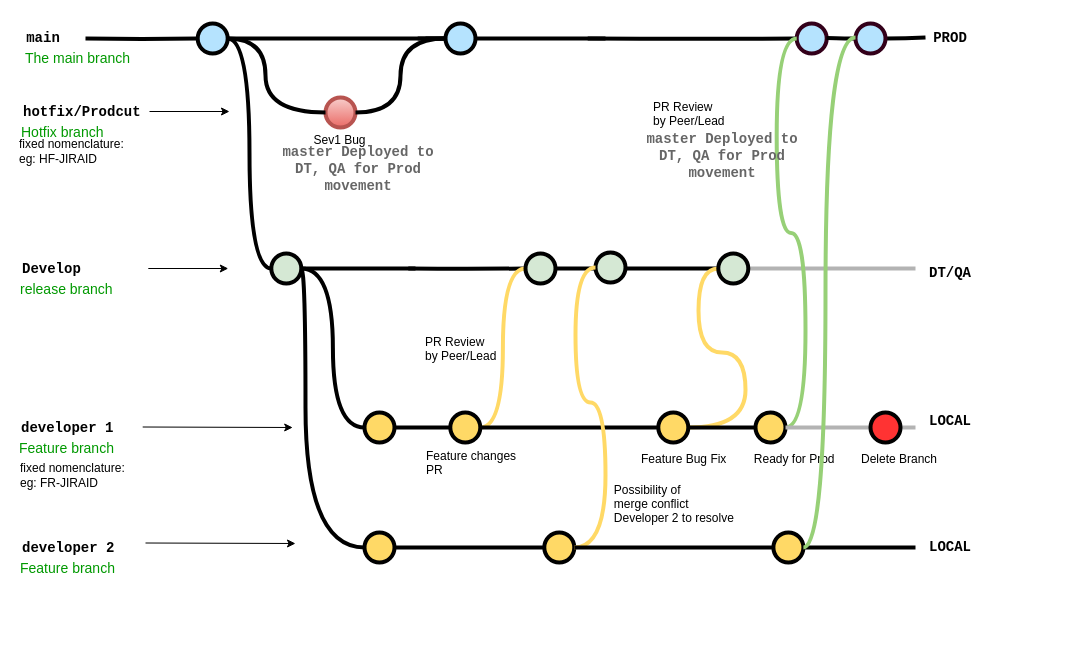
This is Untitled Diagram.drawio from shriraj-bhagwan/utility, a draw.io file, before an edit. Source tidied: cells renumbered, new cells numbered last; positions are measured from the earlier drawing's top-left corner, leaving out a move shared by most shapes. Both pictures are drawn from the tidied source at 100%, with x=0, y=0 at pixel (17, 17).
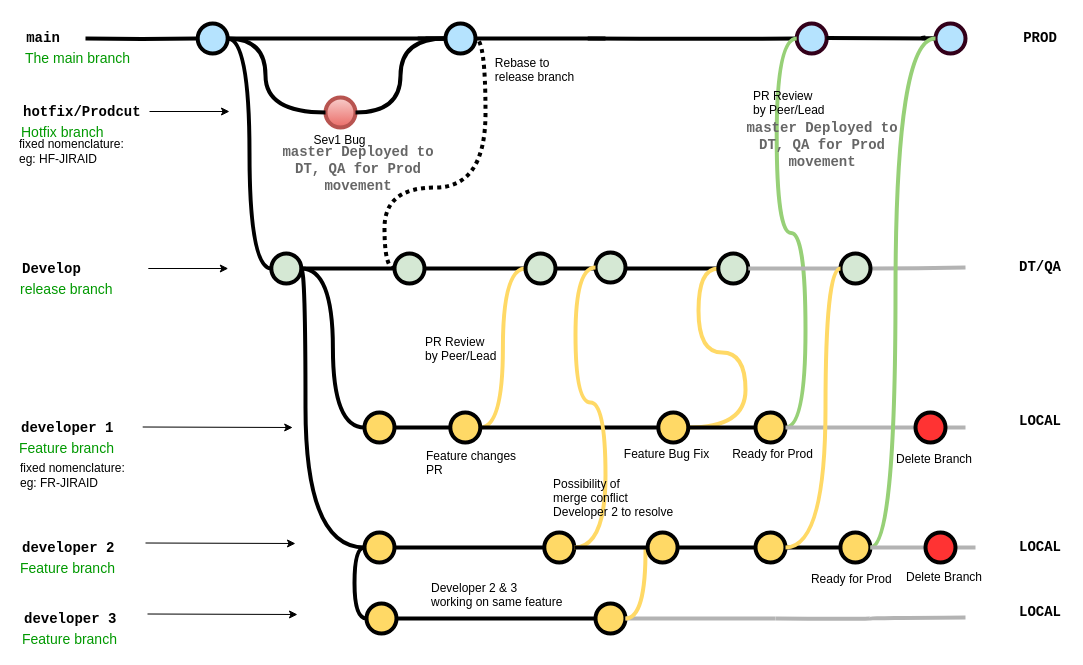
The same diagram, later.

The change refers to these unchanged cells:
```xml
<mxCell id="28" style="verticalLabelPosition=bottom;verticalAlign=top;html=1;strokeWidth=4;shape=mxgraph.flowchart.on-page_reference;plain-purple;gradientColor=none;strokeColor=#000000;fillColor=#D5E8D4;" parent="1" vertex="1">
  <mxGeometry x="508" y="236" width="30" height="30" as="geometry" />
</mxCell>
<mxCell id="30" style="verticalLabelPosition=bottom;verticalAlign=top;html=1;strokeWidth=4;shape=mxgraph.flowchart.on-page_reference;plain-purple;gradientColor=none;strokeColor=#000000;fillColor=#D5E8D4;" parent="1" vertex="1">
  <mxGeometry x="700.8" y="236" width="30" height="30" as="geometry" />
</mxCell>
<mxCell id="47" style="verticalLabelPosition=bottom;verticalAlign=top;html=1;strokeWidth=4;shape=mxgraph.flowchart.on-page_reference;plain-purple;gradientColor=none;strokeColor=#000000;fillColor=#FFD966;" parent="1" vertex="1">
  <mxGeometry x="347" y="515" width="30" height="30" as="geometry" />
</mxCell>
<mxCell id="48" style="verticalLabelPosition=bottom;verticalAlign=top;html=1;strokeWidth=4;shape=mxgraph.flowchart.on-page_reference;plain-purple;gradientColor=none;strokeColor=#000000;fillColor=#FFD966;" parent="1" vertex="1">
  <mxGeometry x="526.8" y="515" width="30" height="30" as="geometry" />
</mxCell>
<mxCell id="57" style="verticalLabelPosition=bottom;verticalAlign=top;html=1;strokeWidth=4;shape=mxgraph.flowchart.on-page_reference;plain-blue;gradientColor=none;strokeColor=#000000;fillColor=#B5E3FE;" parent="1" vertex="1">
  <mxGeometry x="428" y="6" width="30" height="30" as="geometry" />
</mxCell>
```

What changed in the source:
```diff
@@
     <mxCell id="2" style="edgeStyle=orthogonalEdgeStyle;curved=1;jettySize=auto;html=1;exitX=1;exitY=0.5;exitDx=0;exitDy=0;exitPerimeter=0;endArrow=none;endFill=0;strokeColor=#B3B3B3;strokeWidth=4;startArrow=none;" parent="1" edge="1" source="70">
       <mxGeometry relative="1" as="geometry">
-        <mxPoint x="898" y="410" as="targetPoint" />
+        <mxPoint x="948" y="410" as="targetPoint" />
       </mxGeometry>
     </mxCell>
-    <mxCell id="3" style="edgeStyle=orthogonalEdgeStyle;curved=1;jettySize=auto;html=1;exitX=1;exitY=0.5;exitDx=0;exitDy=0;exitPerimeter=0;endArrow=none;endFill=0;strokeColor=#B3B3B3;strokeWidth=4;" parent="1" edge="1" source="30">
+    <mxCell id="3" style="edgeStyle=orthogonalEdgeStyle;curved=1;jettySize=auto;html=1;exitX=1;exitY=0.5;exitDx=0;exitDy=0;exitPerimeter=0;endArrow=none;endFill=0;strokeColor=#B3B3B3;strokeWidth=4;" parent="1" edge="1" source="96">
       <mxGeometry relative="1" as="geometry">
-        <mxPoint x="898" y="251" as="targetPoint" />
+        <mxPoint x="948" y="250" as="targetPoint" />
       </mxGeometry>
     </mxCell>
@@
-    <mxCell id="14" style="edgeStyle=orthogonalEdgeStyle;curved=1;rounded=0;html=1;exitX=1;exitY=0.5;exitPerimeter=0;entryX=0;entryY=0.5;entryPerimeter=0;endArrow=none;endFill=0;jettySize=auto;strokeWidth=4;fontSize=15;entryDx=0;entryDy=0;" parent="1" edge="1" target="28">
-      <mxGeometry relative="1" as="geometry">
-        <mxPoint x="390.8" y="251" as="sourcePoint" />
-      </mxGeometry>
+    <mxCell id="14" style="edgeStyle=orthogonalEdgeStyle;curved=1;rounded=0;html=1;exitX=1;exitY=0.5;exitPerimeter=0;entryX=0;entryY=0.5;entryPerimeter=0;endArrow=none;endFill=0;jettySize=auto;strokeWidth=4;fontSize=15;entryDx=0;entryDy=0;" parent="1" edge="1" source="104" target="28">
+      <mxGeometry relative="1" as="geometry" />
     </mxCell>
@@
     <mxCell id="41" value="PROD" style="text;html=1;strokeColor=none;fillColor=none;align=center;verticalAlign=middle;whiteSpace=wrap;overflow=hidden;fontSize=14;fontStyle=1;fontFamily=Courier New;" parent="1" vertex="1">
-      <mxGeometry x="908" width="50" height="42" as="geometry" />
+      <mxGeometry x="998" width="50" height="42" as="geometry" />
     </mxCell>
     <mxCell id="42" value="DT/QA" style="text;html=1;strokeColor=none;fillColor=none;align=center;verticalAlign=middle;whiteSpace=wrap;overflow=hidden;fontSize=14;fontStyle=1;fontFamily=Courier New;" parent="1" vertex="1">
-      <mxGeometry x="908" y="235" width="50" height="42" as="geometry" />
+      <mxGeometry x="998" y="229" width="50" height="42" as="geometry" />
     </mxCell>
     <mxCell id="43" value="LOCAL" style="text;html=1;strokeColor=none;fillColor=none;align=center;verticalAlign=middle;whiteSpace=wrap;overflow=hidden;fontSize=14;fontStyle=1;fontFamily=Courier New;" parent="1" vertex="1">
-      <mxGeometry x="908" y="383" width="50" height="42" as="geometry" />
+      <mxGeometry x="998" y="383" width="50" height="42" as="geometry" />
     </mxCell>
@@
     <mxCell id="52" value="LOCAL" style="text;html=1;strokeColor=none;fillColor=none;align=center;verticalAlign=middle;whiteSpace=wrap;overflow=hidden;fontSize=14;fontStyle=1;fontFamily=Courier New;" parent="1" vertex="1">
-      <mxGeometry x="908" y="509" width="50" height="42" as="geometry" />
+      <mxGeometry x="998" y="509" width="50" height="42" as="geometry" />
     </mxCell>
-    <mxCell id="53" style="edgeStyle=orthogonalEdgeStyle;curved=1;jettySize=auto;html=1;exitX=1;exitY=0.5;exitDx=0;exitDy=0;exitPerimeter=0;endArrow=none;endFill=0;strokeColor=#000000;strokeWidth=4;" parent="1" edge="1" source="75">
+    <mxCell id="53" style="edgeStyle=orthogonalEdgeStyle;curved=1;jettySize=auto;html=1;exitX=1;exitY=0.5;exitDx=0;exitDy=0;exitPerimeter=0;endArrow=none;endFill=0;strokeColor=#B3B3B3;strokeWidth=4;startArrow=none;" parent="1" edge="1" source="100">
       <mxGeometry relative="1" as="geometry">
-        <mxPoint x="898" y="530" as="targetPoint" />
+        <mxPoint x="958" y="530" as="targetPoint" />
       </mxGeometry>
     </mxCell>
@@
     <mxCell id="61" value="Feature Bug Fix" style="text;strokeColor=none;fillColor=none;align=left;verticalAlign=middle;spacingLeft=4;spacingRight=4;overflow=hidden;" parent="1" vertex="1">
-      <mxGeometry x="618" y="425" width="100" height="31" as="geometry" />
+      <mxGeometry x="600.8" y="420" width="100" height="31" as="geometry" />
     </mxCell>
@@
     <mxCell id="63" value="Possibility of &#10;merge conflict&#10;Developer 2 to resolve" style="text;strokeColor=none;fillColor=none;align=left;verticalAlign=middle;spacingLeft=4;spacingRight=4;overflow=hidden;" parent="1" vertex="1">
-      <mxGeometry x="590.8" y="462" width="130" height="47" as="geometry" />
+      <mxGeometry x="530.1" y="456" width="130" height="47" as="geometry" />
     </mxCell>
@@
     <mxCell id="67" value="Ready for Prod" style="text;strokeColor=none;fillColor=none;align=left;verticalAlign=middle;spacingLeft=4;spacingRight=4;overflow=hidden;" parent="1" vertex="1">
-      <mxGeometry x="730.8" y="425" width="100" height="31" as="geometry" />
+      <mxGeometry x="709.2" y="420" width="100" height="31" as="geometry" />
     </mxCell>
-    <mxCell id="68" value="PR Review&#10;by Peer/Lead" style="text;strokeColor=none;fillColor=none;align=left;verticalAlign=middle;spacingLeft=4;spacingRight=4;overflow=hidden;" parent="1" vertex="1">
-      <mxGeometry x="630.1" y="80" width="85" height="31" as="geometry" />
-    </mxCell>
@@
     <mxCell id="70" style="verticalLabelPosition=bottom;verticalAlign=top;html=1;strokeWidth=4;shape=mxgraph.flowchart.on-page_reference;plain-purple;gradientColor=none;strokeColor=#000000;fillColor=#FF3333;" parent="1" vertex="1">
-      <mxGeometry x="853" y="395" width="30" height="30" as="geometry" />
+      <mxGeometry x="898" y="395" width="30" height="30" as="geometry" />
     </mxCell>
     <mxCell id="71" value="Delete Branch" style="text;strokeColor=none;fillColor=none;align=left;verticalAlign=middle;spacingLeft=4;spacingRight=4;overflow=hidden;" parent="1" vertex="1">
-      <mxGeometry x="838" y="425" width="100" height="31" as="geometry" />
+      <mxGeometry x="873" y="425" width="100" height="31" as="geometry" />
     </mxCell>
-    <mxCell id="72" value="master Deployed to DT, QA for Prod movement" style="text;html=1;strokeColor=none;fillColor=none;align=center;verticalAlign=middle;whiteSpace=wrap;overflow=hidden;fontSize=14;fontStyle=1;fontFamily=Courier New;fontColor=#666666;" parent="1" vertex="1">
-      <mxGeometry x="618" y="111" width="174.2" height="56" as="geometry" />
-    </mxCell>
@@
-    <mxCell id="74" style="edgeStyle=orthogonalEdgeStyle;curved=1;jettySize=auto;html=1;exitX=1;exitY=0.5;exitDx=0;exitDy=0;exitPerimeter=0;endArrow=none;endFill=0;strokeColor=#000000;strokeWidth=4;" parent="1" edge="1" source="48" target="75">
+    <mxCell id="74" style="edgeStyle=orthogonalEdgeStyle;curved=1;jettySize=auto;html=1;exitX=1;exitY=0.5;exitDx=0;exitDy=0;exitPerimeter=0;endArrow=none;endFill=0;strokeColor=#000000;strokeWidth=4;" parent="1" edge="1" source="94" target="75">
       <mxGeometry relative="1" as="geometry" />
     </mxCell>
     <mxCell id="75" style="verticalLabelPosition=bottom;verticalAlign=top;html=1;strokeWidth=4;shape=mxgraph.flowchart.on-page_reference;plain-purple;gradientColor=none;strokeColor=#000000;fillColor=#FFD966;" parent="1" vertex="1">
-      <mxGeometry x="755.9" y="515" width="30" height="30" as="geometry" />
+      <mxGeometry x="822.9" y="515" width="30" height="30" as="geometry" />
     </mxCell>
@@
     <mxCell id="77" style="verticalLabelPosition=bottom;verticalAlign=top;html=1;strokeWidth=4;shape=mxgraph.flowchart.on-page_reference;plain-blue;gradientColor=none;strokeColor=#33001A;fillColor=#B5E3FE;" parent="1" vertex="1">
-      <mxGeometry x="838" y="6" width="30" height="30" as="geometry" />
+      <mxGeometry x="918" y="6" width="30" height="30" as="geometry" />
     </mxCell>
-    <mxCell id="78" style="edgeStyle=orthogonalEdgeStyle;rounded=1;jettySize=auto;html=1;curved=1;endArrow=none;strokeColor=#97D077;endFill=0;strokeWidth=4;exitX=1;exitY=0.5;exitDx=0;exitDy=0;exitPerimeter=0;" parent="1" edge="1" source="75">
+    <mxCell id="78" style="edgeStyle=orthogonalEdgeStyle;rounded=1;jettySize=auto;html=1;curved=1;endArrow=none;strokeColor=#97D077;endFill=0;strokeWidth=4;exitX=1;exitY=0.5;exitDx=0;exitDy=0;exitPerimeter=0;entryX=0;entryY=0.5;entryDx=0;entryDy=0;entryPerimeter=0;" parent="1" edge="1" source="75" target="77">
       <mxGeometry relative="1" as="geometry">
-        <mxPoint x="838" y="20" as="targetPoint" />
         <Array as="points">
-          <mxPoint x="808" y="530" />
-          <mxPoint x="808" y="20" />
+          <mxPoint x="878" y="530" />
+          <mxPoint x="878" y="20" />
         </Array>
       </mxGeometry>
     </mxCell>
+    <mxCell id="68" value="PR Review&#10;by Peer/Lead" style="text;strokeColor=none;fillColor=none;align=left;verticalAlign=middle;spacingLeft=4;spacingRight=4;overflow=hidden;" parent="1" vertex="1">
+      <mxGeometry x="730.1" y="69" width="85" height="31" as="geometry" />
+    </mxCell>
+    <mxCell id="79" style="edgeStyle=orthogonalEdgeStyle;rounded=0;jettySize=auto;html=1;endArrow=none;endFill=0;strokeWidth=4;" parent="1" edge="1" source="80" target="81">
+      <mxGeometry relative="1" as="geometry" />
+    </mxCell>
+    <mxCell id="72" value="master Deployed to DT, QA for Prod movement" style="text;html=1;strokeColor=none;fillColor=none;align=center;verticalAlign=middle;whiteSpace=wrap;overflow=hidden;fontSize=14;fontStyle=1;fontFamily=Courier New;fontColor=#666666;" parent="1" vertex="1">
+      <mxGeometry x="718" y="100" width="174.2" height="56" as="geometry" />
+    </mxCell>
+    <mxCell id="80" style="verticalLabelPosition=bottom;verticalAlign=top;html=1;strokeWidth=4;shape=mxgraph.flowchart.on-page_reference;plain-purple;gradientColor=none;strokeColor=#000000;fillColor=#FFD966;" parent="1" vertex="1">
+      <mxGeometry x="349" y="586" width="30" height="30" as="geometry" />
+    </mxCell>
+    <mxCell id="81" style="verticalLabelPosition=bottom;verticalAlign=top;html=1;strokeWidth=4;shape=mxgraph.flowchart.on-page_reference;plain-purple;gradientColor=none;strokeColor=#000000;fillColor=#FFD966;" parent="1" vertex="1">
+      <mxGeometry x="578" y="586" width="30" height="30" as="geometry" />
+    </mxCell>
+    <mxCell id="82" value="developer 3" style="text;html=1;strokeColor=none;fillColor=none;align=left;verticalAlign=middle;whiteSpace=wrap;overflow=hidden;fontSize=14;fontStyle=1;fontFamily=Courier New;" parent="1" vertex="1">
+      <mxGeometry x="4.5" y="591" width="240" height="20" as="geometry" />
+    </mxCell>
+    <mxCell id="83" value="Feature branch" style="text;html=1;strokeColor=none;fillColor=none;align=left;verticalAlign=middle;whiteSpace=wrap;overflow=hidden;fontSize=14;fontStyle=0;fontColor=#009900;" parent="1" vertex="1">
+      <mxGeometry x="2.8" y="611" width="240" height="20" as="geometry" />
+    </mxCell>
+    <mxCell id="84" style="endArrow=classic;html=1;strokeWidth=1;fontFamily=Courier New;fontColor=#009900;" parent="1" edge="1">
+      <mxGeometry relative="1" as="geometry">
+        <mxPoint x="130" y="596.5" as="sourcePoint" />
+        <mxPoint x="280" y="597" as="targetPoint" />
+      </mxGeometry>
+    </mxCell>
+    <mxCell id="85" value="LOCAL" style="text;html=1;strokeColor=none;fillColor=none;align=center;verticalAlign=middle;whiteSpace=wrap;overflow=hidden;fontSize=14;fontStyle=1;fontFamily=Courier New;" parent="1" vertex="1">
+      <mxGeometry x="998" y="574" width="50" height="42" as="geometry" />
+    </mxCell>
+    <mxCell id="86" style="edgeStyle=orthogonalEdgeStyle;curved=1;orthogonalLoop=1;jettySize=auto;html=1;endArrow=none;endFill=0;strokeColor=#B3B3B3;strokeWidth=4;startArrow=none;" parent="1" edge="1">
+      <mxGeometry relative="1" as="geometry">
+        <mxPoint x="758" y="601" as="sourcePoint" />
+        <mxPoint x="948" y="600" as="targetPoint" />
+      </mxGeometry>
+    </mxCell>
+    <mxCell id="87" style="edgeStyle=orthogonalEdgeStyle;curved=1;jettySize=auto;html=1;exitX=1;exitY=0.5;exitDx=0;exitDy=0;exitPerimeter=0;endArrow=none;endFill=0;strokeColor=#B3B3B3;strokeWidth=4;startArrow=none;" parent="1" edge="1" source="81">
+      <mxGeometry relative="1" as="geometry">
+        <mxPoint x="757.9" y="601" as="targetPoint" />
+      </mxGeometry>
+    </mxCell>
+    <mxCell id="88" style="endArrow=none;html=1;rounded=0;entryX=0;entryY=0.5;entryDx=0;entryDy=0;entryPerimeter=0;exitX=0;exitY=0.5;exitDx=0;exitDy=0;exitPerimeter=0;edgeStyle=orthogonalEdgeStyle;curved=1;endFill=0;strokeWidth=4;" parent="1" edge="1" source="80" target="47">
+      <mxGeometry relative="1" as="geometry" />
+    </mxCell>
+    <mxCell id="89" style="endArrow=none;html=1;rounded=0;exitX=1;exitY=0.5;exitDx=0;exitDy=0;exitPerimeter=0;endFill=0;strokeWidth=4;edgeStyle=orthogonalEdgeStyle;curved=1;fontFamily=Courier New;strokeColor=#FFD966;fontColor=#009900;" parent="1" edge="1" source="81">
+      <mxGeometry relative="1" as="geometry">
+        <mxPoint x="628" y="530" as="targetPoint" />
+      </mxGeometry>
+    </mxCell>
+    <mxCell id="90" style="edgeStyle=orthogonalEdgeStyle;curved=1;jettySize=auto;html=1;exitX=1;exitY=0.5;exitDx=0;exitDy=0;exitPerimeter=0;endArrow=none;endFill=0;strokeColor=#000000;strokeWidth=4;" parent="1" edge="1" source="48" target="91">
+      <mxGeometry relative="1" as="geometry" />
+    </mxCell>
+    <mxCell id="91" style="verticalLabelPosition=bottom;verticalAlign=top;html=1;strokeWidth=4;shape=mxgraph.flowchart.on-page_reference;plain-purple;gradientColor=none;strokeColor=#000000;fillColor=#FFD966;" parent="1" vertex="1">
+      <mxGeometry x="630.1" y="515" width="30" height="30" as="geometry" />
+    </mxCell>
+    <mxCell id="92" value="Developer 2 &amp; 3 &#10;working on same feature" style="text;strokeColor=none;fillColor=none;align=left;verticalAlign=middle;spacingLeft=4;spacingRight=4;overflow=hidden;" parent="1" vertex="1">
+      <mxGeometry x="408" y="553" width="150" height="47" as="geometry" />
+    </mxCell>
+    <mxCell id="93" style="edgeStyle=orthogonalEdgeStyle;curved=1;jettySize=auto;html=1;exitX=1;exitY=0.5;exitDx=0;exitDy=0;exitPerimeter=0;endArrow=none;endFill=0;strokeColor=#000000;strokeWidth=4;" parent="1" edge="1" source="91" target="94">
+      <mxGeometry relative="1" as="geometry" />
+    </mxCell>
+    <mxCell id="94" style="verticalLabelPosition=bottom;verticalAlign=top;html=1;strokeWidth=4;shape=mxgraph.flowchart.on-page_reference;plain-purple;gradientColor=none;strokeColor=#000000;fillColor=#FFD966;" parent="1" vertex="1">
+      <mxGeometry x="738" y="515" width="30" height="30" as="geometry" />
+    </mxCell>
+    <mxCell id="95" style="edgeStyle=orthogonalEdgeStyle;curved=1;jettySize=auto;html=1;exitX=1;exitY=0.5;exitDx=0;exitDy=0;exitPerimeter=0;endArrow=none;endFill=0;strokeColor=#B3B3B3;strokeWidth=4;" parent="1" edge="1" source="30" target="96">
+      <mxGeometry relative="1" as="geometry" />
+    </mxCell>
+    <mxCell id="96" style="verticalLabelPosition=bottom;verticalAlign=top;html=1;strokeWidth=4;shape=mxgraph.flowchart.on-page_reference;plain-purple;gradientColor=none;strokeColor=#000000;fillColor=#D5E8D4;" parent="1" vertex="1">
+      <mxGeometry x="823" y="236" width="30" height="30" as="geometry" />
+    </mxCell>
+    <mxCell id="97" style="endArrow=none;html=1;rounded=1;exitX=1;exitY=0.5;exitDx=0;exitDy=0;exitPerimeter=0;entryX=0;entryY=0.5;entryDx=0;entryDy=0;entryPerimeter=0;edgeStyle=orthogonalEdgeStyle;curved=1;strokeColor=#FFD966;endFill=0;strokeWidth=4;" parent="1" edge="1" source="94" target="96">
+      <mxGeometry relative="1" as="geometry">
+        <Array as="points">
+          <mxPoint x="808" y="530" />
+          <mxPoint x="808" y="251" />
+        </Array>
+      </mxGeometry>
+    </mxCell>
+    <mxCell id="98" value="Ready for Prod" style="text;strokeColor=none;fillColor=none;align=left;verticalAlign=middle;spacingLeft=4;spacingRight=4;overflow=hidden;" parent="1" vertex="1">
+      <mxGeometry x="787.9" y="545" width="100" height="31" as="geometry" />
+    </mxCell>
+    <mxCell id="99" style="edgeStyle=orthogonalEdgeStyle;curved=1;jettySize=auto;html=1;exitX=1;exitY=0.5;exitDx=0;exitDy=0;exitPerimeter=0;endArrow=none;endFill=0;strokeColor=#B3B3B3;strokeWidth=4;startArrow=none;" parent="1" edge="1" source="75" target="100">
+      <mxGeometry relative="1" as="geometry" />
+    </mxCell>
+    <mxCell id="100" style="verticalLabelPosition=bottom;verticalAlign=top;html=1;strokeWidth=4;shape=mxgraph.flowchart.on-page_reference;plain-purple;gradientColor=none;strokeColor=#000000;fillColor=#FF3333;" parent="1" vertex="1">
+      <mxGeometry x="908" y="515" width="30" height="30" as="geometry" />
+    </mxCell>
+    <mxCell id="101" value="Delete Branch" style="text;strokeColor=none;fillColor=none;align=left;verticalAlign=middle;spacingLeft=4;spacingRight=4;overflow=hidden;" parent="1" vertex="1">
+      <mxGeometry x="883" y="543" width="100" height="31" as="geometry" />
+    </mxCell>
+    <mxCell id="102" style="endArrow=none;html=1;rounded=0;entryX=1;entryY=0.5;entryDx=0;entryDy=0;entryPerimeter=0;exitX=0;exitY=0.5;exitDx=0;exitDy=0;exitPerimeter=0;edgeStyle=orthogonalEdgeStyle;curved=1;fontSize=15;endFill=0;strokeWidth=4;dashed=1;dashPattern=1 1;" parent="1" edge="1" source="104" target="57">
+      <mxGeometry relative="1" as="geometry">
+        <Array as="points">
+          <mxPoint x="367" y="251" />
+          <mxPoint x="367" y="170" />
+          <mxPoint x="468" y="170" />
+          <mxPoint x="468" y="21" />
+        </Array>
+      </mxGeometry>
+    </mxCell>
+    <mxCell id="103" style="edgeStyle=orthogonalEdgeStyle;curved=1;rounded=0;html=1;exitX=1;exitY=0.5;exitPerimeter=0;entryX=0;entryY=0.5;entryPerimeter=0;endArrow=none;endFill=0;jettySize=auto;strokeWidth=4;fontSize=15;entryDx=0;entryDy=0;" parent="1" edge="1" target="104">
+      <mxGeometry relative="1" as="geometry">
+        <mxPoint x="390.8" y="251" as="sourcePoint" />
+      </mxGeometry>
+    </mxCell>
+    <mxCell id="104" style="verticalLabelPosition=bottom;verticalAlign=top;html=1;strokeWidth=4;shape=mxgraph.flowchart.on-page_reference;plain-purple;gradientColor=none;strokeColor=#000000;fillColor=#D5E8D4;" parent="1" vertex="1">
+      <mxGeometry x="377" y="236" width="30" height="30" as="geometry" />
+    </mxCell>
+    <mxCell id="105" value="Rebase to &#10;release branch" style="text;strokeColor=none;fillColor=none;align=left;verticalAlign=middle;spacingLeft=4;spacingRight=4;overflow=hidden;" parent="1" vertex="1">
+      <mxGeometry x="471.8" y="36" width="96.2" height="31" as="geometry" />
+    </mxCell>
```
